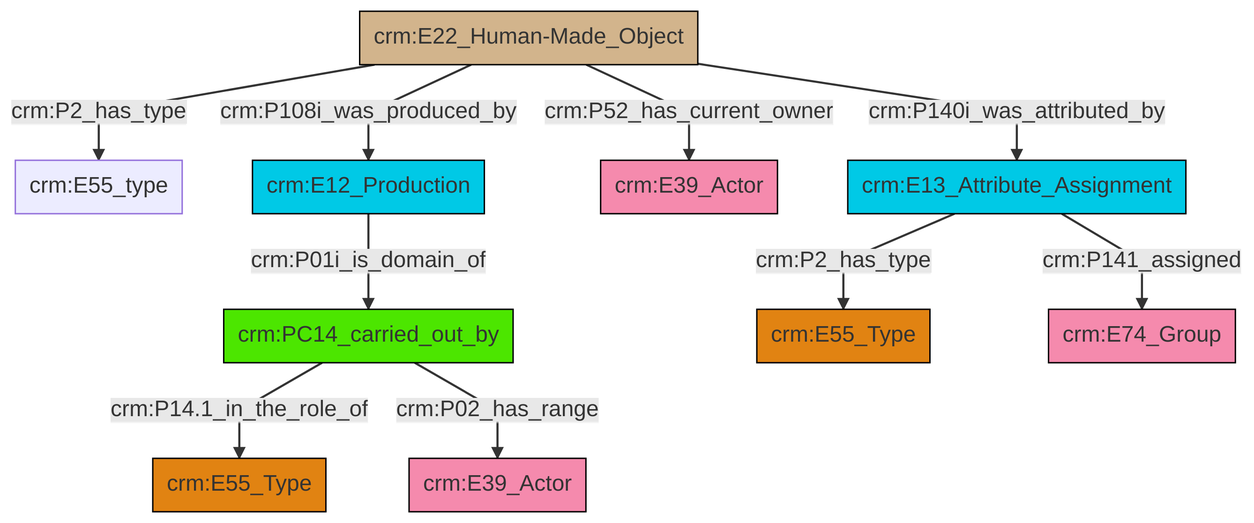
The Mermaid diagram et/builtWorkCSV/ttl/mmd/png/Built_Work_actor_relations.png in swiss-art-research-net/docs.swissartresearch, before a commit. Its source is kept beside it as et/builtWorkCSV/ttl/mmd/Built_Work_actor_relations.ttl.mmd.
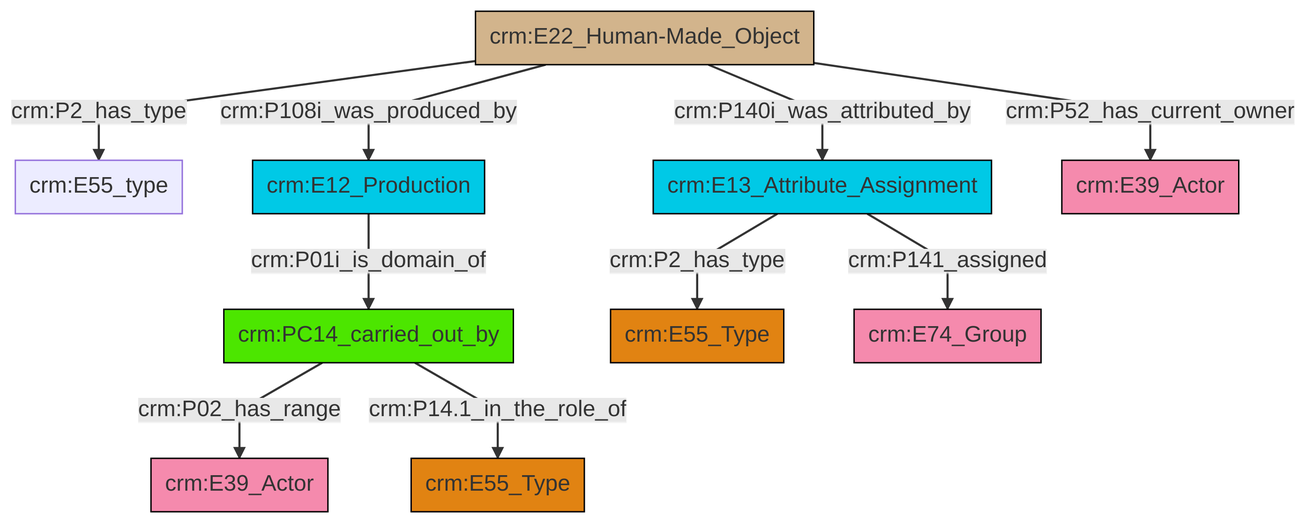
The same diagram one commit later.

The edit, as a diff of the source:
```diff
@@ -13,12 +13,12 @@
 classDef PC_Classes fill:#4ce600, stroke:#000000;
 classDef Multi fill:#cccccc,stroke:#000000;
 
-4["crm:E13_Attribute_Assignment"]:::Temporal_Entity -->|crm:P2_has_type| 5["crm:E55_Type"]:::Type
-8["crm:E22_Human-Made_Object"]:::Physical_Thing -->|crm:P2_has_type| 9["crm:E55_type"]:::Default
-8["crm:E22_Human-Made_Object"]:::Physical_Thing -->|crm:P108i_was_produced_by| 11["crm:E12_Production"]:::Temporal_Entity
-11["crm:E12_Production"]:::Temporal_Entity -->|crm:P01i_is_domain_of| 13["crm:PC14_carried_out_by"]:::PC_Classes
-13["crm:PC14_carried_out_by"]:::PC_Classes -->|crm:P14.1_in_the_role_of| 6["crm:E55_Type"]:::Type
-8["crm:E22_Human-Made_Object"]:::Physical_Thing -->|crm:P52_has_current_owner| 2["crm:E39_Actor"]:::Actor
-13["crm:PC14_carried_out_by"]:::PC_Classes -->|crm:P02_has_range| 0["crm:E39_Actor"]:::Actor
-8["crm:E22_Human-Made_Object"]:::Physical_Thing -->|crm:P140i_was_attributed_by| 4["crm:E13_Attribute_Assignment"]:::Temporal_Entity
-4["crm:E13_Attribute_Assignment"]:::Temporal_Entity -->|crm:P141_assigned| 17["crm:E74_Group"]:::Actor
+0["crm:E22_Human-Made_Object"]:::Physical_Thing -->|crm:P2_has_type| 1["crm:E55_type"]:::Default
+4["crm:PC14_carried_out_by"]:::PC_Classes -->|crm:P02_has_range| 5["crm:E39_Actor"]:::Actor
+0["crm:E22_Human-Made_Object"]:::Physical_Thing -->|crm:P52_has_current_owner| 11["crm:E39_Actor"]:::Actor
+9["crm:E12_Production"]:::Temporal_Entity -->|crm:P01i_is_domain_of| 4["crm:PC14_carried_out_by"]:::PC_Classes
+2["crm:E13_Attribute_Assignment"]:::Temporal_Entity -->|crm:P2_has_type| 7["crm:E55_Type"]:::Type
+4["crm:PC14_carried_out_by"]:::PC_Classes -->|crm:P14.1_in_the_role_of| 16["crm:E55_Type"]:::Type
+2["crm:E13_Attribute_Assignment"]:::Temporal_Entity -->|crm:P141_assigned| 19["crm:E74_Group"]:::Actor
+0["crm:E22_Human-Made_Object"]:::Physical_Thing -->|crm:P140i_was_attributed_by| 2["crm:E13_Attribute_Assignment"]:::Temporal_Entity
+0["crm:E22_Human-Made_Object"]:::Physical_Thing -->|crm:P108i_was_produced_by| 9["crm:E12_Production"]:::Temporal_Entity
```
